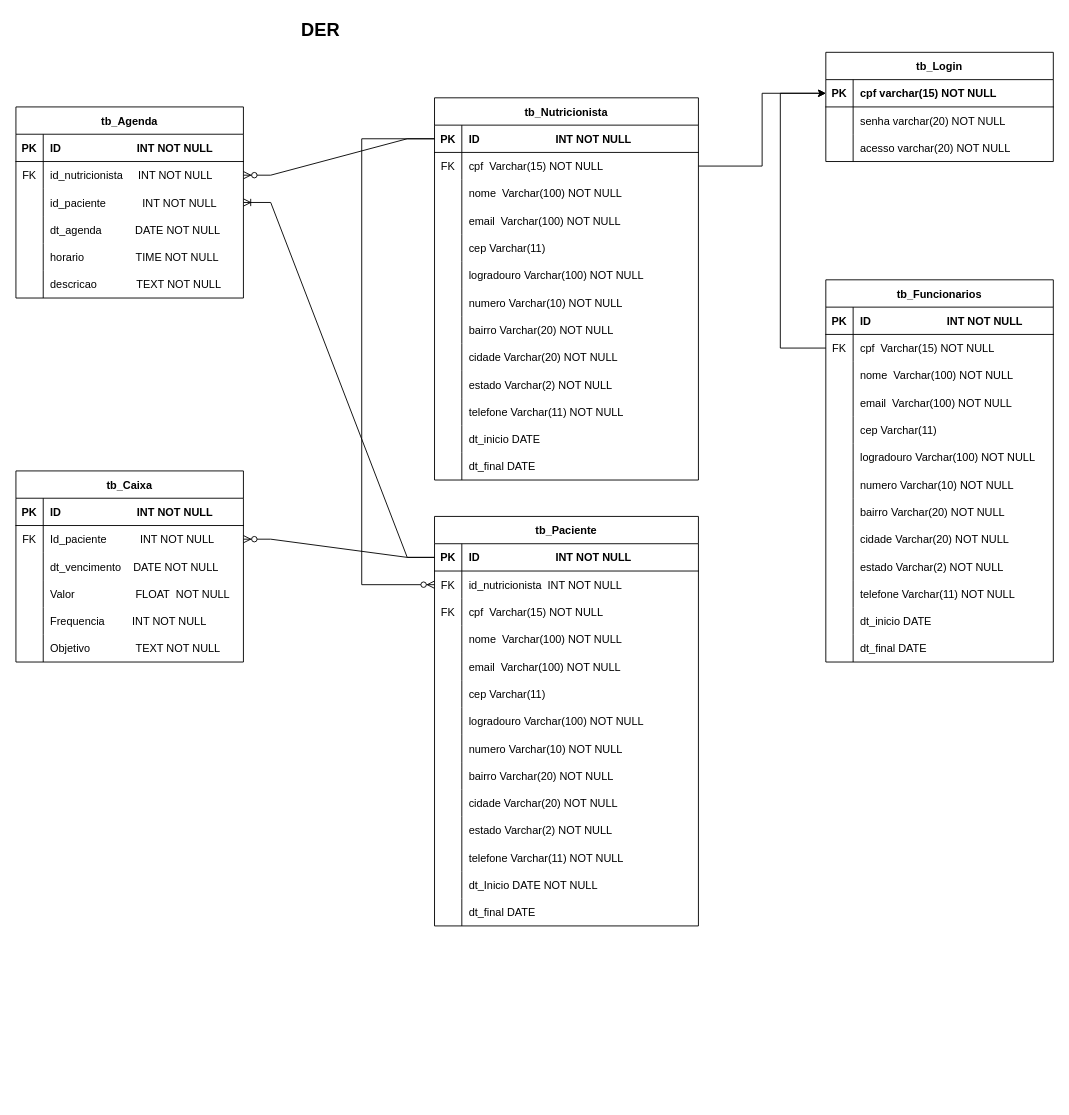
The draw.io diagram DER.drawio in Tavares264/Project_PccFit, before the edit. Source tidied: cells renumbered, new cells numbered last; positions are measured from the earlier drawing's top-left corner, leaving out a move shared by most shapes. Both pictures are drawn from the tidied source at 91%, with x=0, y=0 at pixel (15, 15).
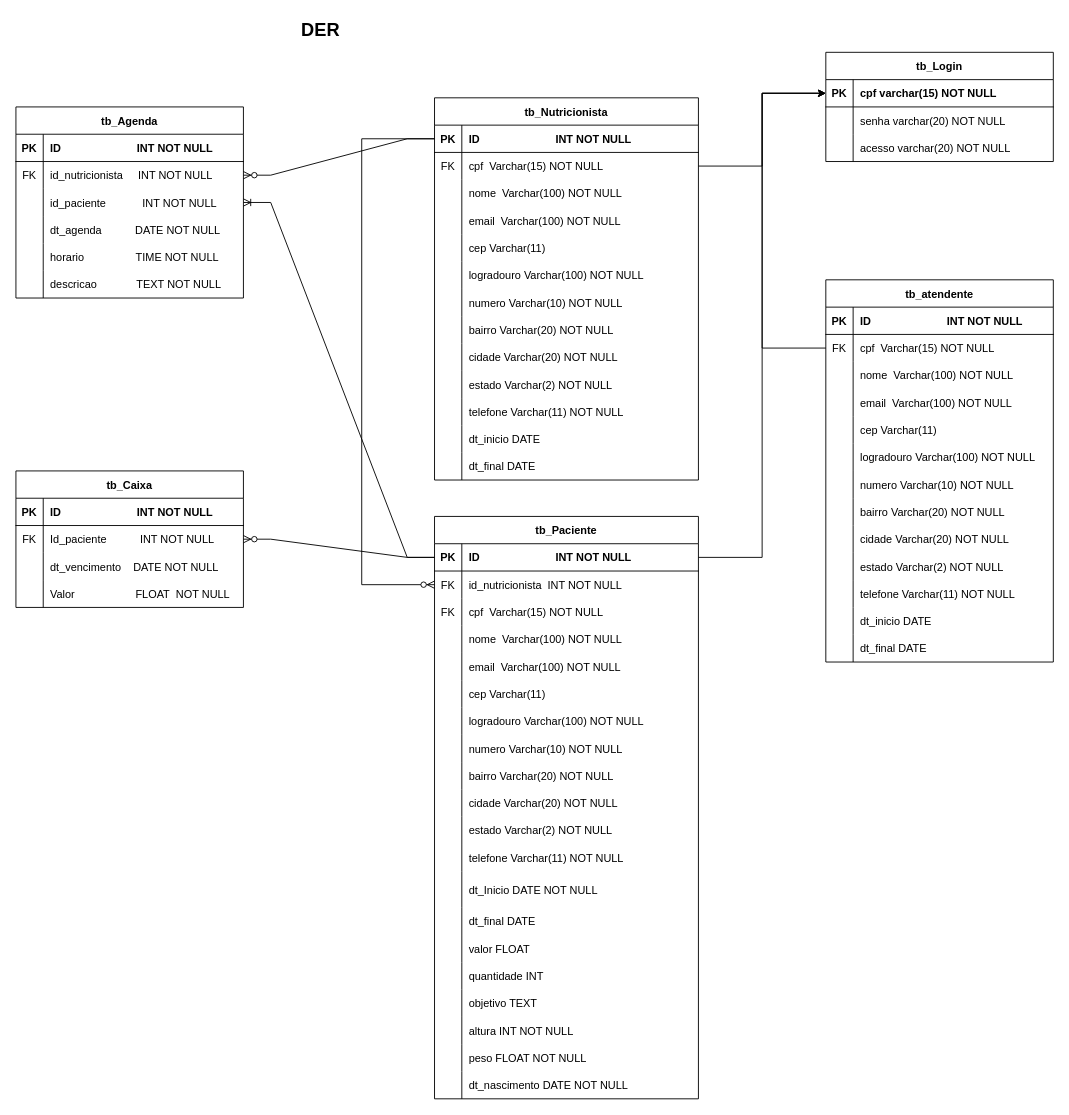
The same diagram, later.

Unchanged cells that the change refers to:
```xml
<mxCell id="3" style="shape=partialRectangle;fillColor=none;points=[[0,0.5],[1,0.5]];portConstraint=eastwest;top=0;left=0;right=0;bottom=1;" parent="2" vertex="1">
  <mxGeometry y="30" width="250" height="30" as="geometry" />
</mxCell>
<mxCell id="81" style="shape=partialRectangle;fillColor=none;points=[[0,0.5],[1,0.5]];portConstraint=eastwest;top=0;left=0;right=0;bottom=0;" parent="77" vertex="1">
  <mxGeometry y="60" width="250" height="30" as="geometry" />
</mxCell>
<mxCell id="118" style="shape=partialRectangle;fillColor=none;points=[[0,0.5],[1,0.5]];portConstraint=eastwest;top=0;left=0;right=0;bottom=1;" parent="117" vertex="1">
  <mxGeometry y="30" width="290" height="30" as="geometry" />
</mxCell>
```

What changed in the source:
```diff
@@
     <mxCell id="54" style="edgeStyle=elbowEdgeStyle;rounded=0;jettySize=auto;html=1;entryX=0;entryY=0.5;entryDx=0;entryDy=0;exitX=0;exitY=0.5;exitDx=0;exitDy=0;" parent="1" edge="1" source="81" target="3">
       <mxGeometry relative="1" as="geometry">
         <Array as="points">
-          <mxPoint x="840" y="170" />
+          <mxPoint x="820" y="220" />
         </Array>
       </mxGeometry>
     </mxCell>
@@
-    <mxCell id="77" value="tb_Funcionarios" style="shape=table;startSize=30;childLayout=tableLayout;rowLines=0;fontStyle=1;align=center;" parent="1" vertex="1">
+    <mxCell id="77" value="tb_atendente" style="shape=table;startSize=30;childLayout=tableLayout;rowLines=0;fontStyle=1;align=center;" parent="1" vertex="1">
       <mxGeometry x="890" y="290" width="250" height="420" as="geometry" />
     </mxCell>
@@
     <mxCell id="117" value="tb_Paciente" style="shape=table;startSize=30;childLayout=tableLayout;rowLines=0;fontStyle=1;align=center;" parent="1" vertex="1">
-      <mxGeometry x="460" y="550" width="290" height="450" as="geometry" />
+      <mxGeometry x="460" y="550" width="290" height="640" as="geometry" />
     </mxCell>
@@
     <mxCell id="154" style="shape=partialRectangle;fillColor=none;top=0;left=0;right=0;bottom=0;" parent="117" vertex="1">
-      <mxGeometry y="390" width="290" height="30" as="geometry" />
+      <mxGeometry y="390" width="290" height="40" as="geometry" />
     </mxCell>
     <mxCell id="155" style="shape=partialRectangle;overflow=hidden;fillColor=none;top=0;left=0;bottom=0;right=0;" parent="154" vertex="1">
-      <mxGeometry width="30" height="30" as="geometry" />
+      <mxGeometry width="30" height="40" as="geometry" />
     </mxCell>
     <mxCell id="156" value="dt_Inicio DATE NOT NULL" style="shape=partialRectangle;overflow=hidden;fillColor=none;top=0;left=0;bottom=0;right=0;align=left;spacingLeft=6;" parent="154" vertex="1">
-      <mxGeometry x="30" width="260" height="30" as="geometry" />
+      <mxGeometry x="30" width="260" height="40" as="geometry" />
     </mxCell>
     <mxCell id="157" style="shape=partialRectangle;fillColor=none;top=0;left=0;right=0;bottom=0;" parent="117" vertex="1">
-      <mxGeometry y="420" width="290" height="30" as="geometry" />
+      <mxGeometry y="430" width="290" height="30" as="geometry" />
     </mxCell>
@@
+    <mxCell id="180" style="shape=partialRectangle;fillColor=none;top=0;left=0;right=0;bottom=0;" parent="117" vertex="1">
+      <mxGeometry y="460" width="290" height="30" as="geometry" />
+    </mxCell>
+    <mxCell id="181" style="shape=partialRectangle;overflow=hidden;fillColor=none;top=0;left=0;bottom=0;right=0;" parent="180" vertex="1">
+      <mxGeometry width="30" height="30" as="geometry" />
+    </mxCell>
+    <mxCell id="182" value="valor FLOAT" style="shape=partialRectangle;overflow=hidden;fillColor=none;top=0;left=0;bottom=0;right=0;align=left;spacingLeft=6;" parent="180" vertex="1">
+      <mxGeometry x="30" width="260" height="30" as="geometry" />
+    </mxCell>
+    <mxCell id="183" style="shape=partialRectangle;fillColor=none;top=0;left=0;right=0;bottom=0;" parent="117" vertex="1">
+      <mxGeometry y="490" width="290" height="30" as="geometry" />
+    </mxCell>
+    <mxCell id="184" style="shape=partialRectangle;overflow=hidden;fillColor=none;top=0;left=0;bottom=0;right=0;" parent="183" vertex="1">
+      <mxGeometry width="30" height="30" as="geometry" />
+    </mxCell>
+    <mxCell id="185" value="quantidade INT" style="shape=partialRectangle;overflow=hidden;fillColor=none;top=0;left=0;bottom=0;right=0;align=left;spacingLeft=6;" parent="183" vertex="1">
+      <mxGeometry x="30" width="260" height="30" as="geometry" />
+    </mxCell>
+    <mxCell id="186" style="shape=partialRectangle;fillColor=none;top=0;left=0;right=0;bottom=0;" parent="117" vertex="1">
+      <mxGeometry y="520" width="290" height="30" as="geometry" />
+    </mxCell>
+    <mxCell id="187" style="shape=partialRectangle;overflow=hidden;fillColor=none;top=0;left=0;bottom=0;right=0;" parent="186" vertex="1">
+      <mxGeometry width="30" height="30" as="geometry" />
+    </mxCell>
+    <mxCell id="188" value="objetivo TEXT" style="shape=partialRectangle;overflow=hidden;fillColor=none;top=0;left=0;bottom=0;right=0;align=left;spacingLeft=6;" parent="186" vertex="1">
+      <mxGeometry x="30" width="260" height="30" as="geometry" />
+    </mxCell>
+    <mxCell id="189" style="shape=partialRectangle;fillColor=none;top=0;left=0;right=0;bottom=0;" parent="117" vertex="1">
+      <mxGeometry y="550" width="290" height="30" as="geometry" />
+    </mxCell>
+    <mxCell id="190" style="shape=partialRectangle;overflow=hidden;fillColor=none;top=0;left=0;bottom=0;right=0;" parent="189" vertex="1">
+      <mxGeometry width="30" height="30" as="geometry" />
+    </mxCell>
+    <mxCell id="191" value="altura INT NOT NULL" style="shape=partialRectangle;overflow=hidden;fillColor=none;top=0;left=0;bottom=0;right=0;align=left;spacingLeft=6;" parent="189" vertex="1">
+      <mxGeometry x="30" width="260" height="30" as="geometry" />
+    </mxCell>
+    <mxCell id="192" style="shape=partialRectangle;fillColor=none;top=0;left=0;right=0;bottom=0;" parent="117" vertex="1">
+      <mxGeometry y="580" width="290" height="30" as="geometry" />
+    </mxCell>
+    <mxCell id="193" style="shape=partialRectangle;overflow=hidden;fillColor=none;top=0;left=0;bottom=0;right=0;" parent="192" vertex="1">
+      <mxGeometry width="30" height="30" as="geometry" />
+    </mxCell>
+    <mxCell id="194" value="peso FLOAT NOT NULL" style="shape=partialRectangle;overflow=hidden;fillColor=none;top=0;left=0;bottom=0;right=0;align=left;spacingLeft=6;" parent="192" vertex="1">
+      <mxGeometry x="30" width="260" height="30" as="geometry" />
+    </mxCell>
+    <mxCell id="195" style="shape=partialRectangle;fillColor=none;top=0;left=0;right=0;bottom=0;" parent="117" vertex="1">
+      <mxGeometry y="610" width="290" height="30" as="geometry" />
+    </mxCell>
+    <mxCell id="196" style="shape=partialRectangle;overflow=hidden;fillColor=none;top=0;left=0;bottom=0;right=0;" parent="195" vertex="1">
+      <mxGeometry width="30" height="30" as="geometry" />
+    </mxCell>
+    <mxCell id="197" value="dt_nascimento DATE NOT NULL" style="shape=partialRectangle;overflow=hidden;fillColor=none;top=0;left=0;bottom=0;right=0;align=left;spacingLeft=6;" parent="195" vertex="1">
+      <mxGeometry x="30" width="260" height="30" as="geometry" />
+    </mxCell>
     <mxCell id="160" value="tb_Caixa" style="shape=table;startSize=30;childLayout=tableLayout;rowLines=0;fontStyle=1;align=center;" parent="1" vertex="1">
-      <mxGeometry y="500" width="250" height="210" as="geometry" />
+      <mxGeometry y="500" width="250" height="150" as="geometry" />
     </mxCell>
@@
-    <mxCell id="173" style="shape=partialRectangle;fillColor=none;top=0;left=0;right=0;bottom=0;" parent="160" vertex="1">
-      <mxGeometry y="150" width="250" height="30" as="geometry" />
-    </mxCell>
-    <mxCell id="174" style="shape=partialRectangle;overflow=hidden;fillColor=none;top=0;left=0;bottom=0;right=0;" parent="173" vertex="1">
-      <mxGeometry width="30" height="30" as="geometry" />
-    </mxCell>
-    <mxCell id="175" value="Frequencia         INT NOT NULL" style="shape=partialRectangle;overflow=hidden;fillColor=none;top=0;left=0;bottom=0;right=0;align=left;spacingLeft=6;" parent="173" vertex="1">
-      <mxGeometry x="30" width="220" height="30" as="geometry" />
-    </mxCell>
-    <mxCell id="176" style="shape=partialRectangle;fillColor=none;top=0;left=0;right=0;bottom=0;" parent="160" vertex="1">
-      <mxGeometry y="180" width="250" height="30" as="geometry" />
-    </mxCell>
-    <mxCell id="177" style="shape=partialRectangle;overflow=hidden;fillColor=none;top=0;left=0;bottom=0;right=0;" parent="176" vertex="1">
-      <mxGeometry width="30" height="30" as="geometry" />
-    </mxCell>
-    <mxCell id="178" value="Objetivo               TEXT NOT NULL" style="shape=partialRectangle;overflow=hidden;fillColor=none;top=0;left=0;bottom=0;right=0;align=left;spacingLeft=6;" parent="176" vertex="1">
-      <mxGeometry x="30" width="220" height="30" as="geometry" />
-    </mxCell>
@@
+    <mxCell id="198" style="edgeStyle=orthogonalEdgeStyle;rounded=0;jettySize=auto;html=1;exitX=1;exitY=0.5;exitDx=0;exitDy=0;entryX=0;entryY=0.5;entryDx=0;entryDy=0;" parent="1" edge="1" source="118" target="3">
+      <mxGeometry relative="1" as="geometry" />
+    </mxCell>
```
